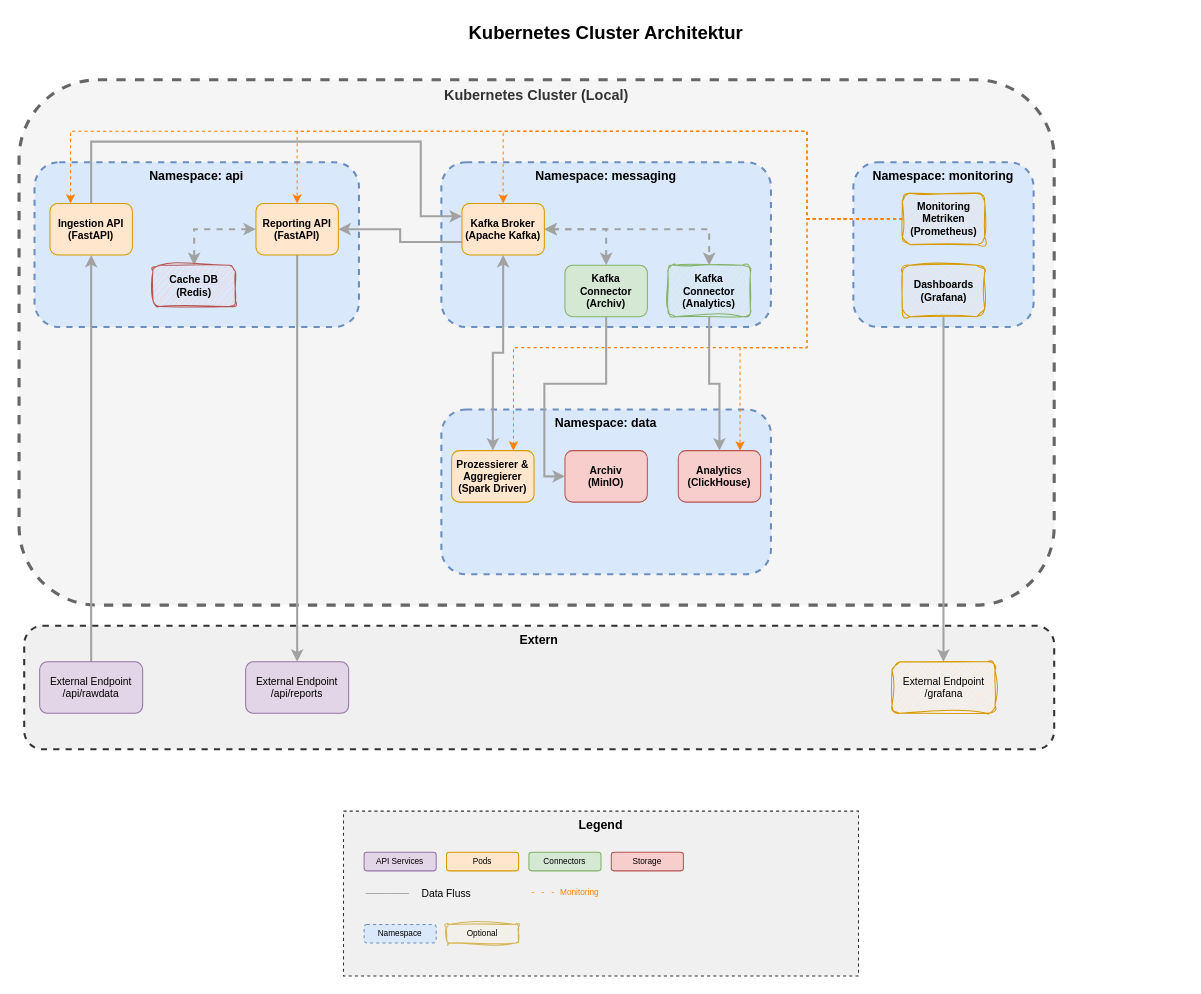
The draw.io diagram page "K8s" (4 of 5) of Projekt Data Engineering.drawio in Kokoloris19097/DLMDWWDE02, before the edit. Source tidied: cells renumbered, new cells numbered last; positions are measured from the earlier drawing's top-left corner, leaving out a move shared by most shapes. Both pictures are drawn from the tidied source at 103%, with x=0, y=0 at pixel (19, 18).
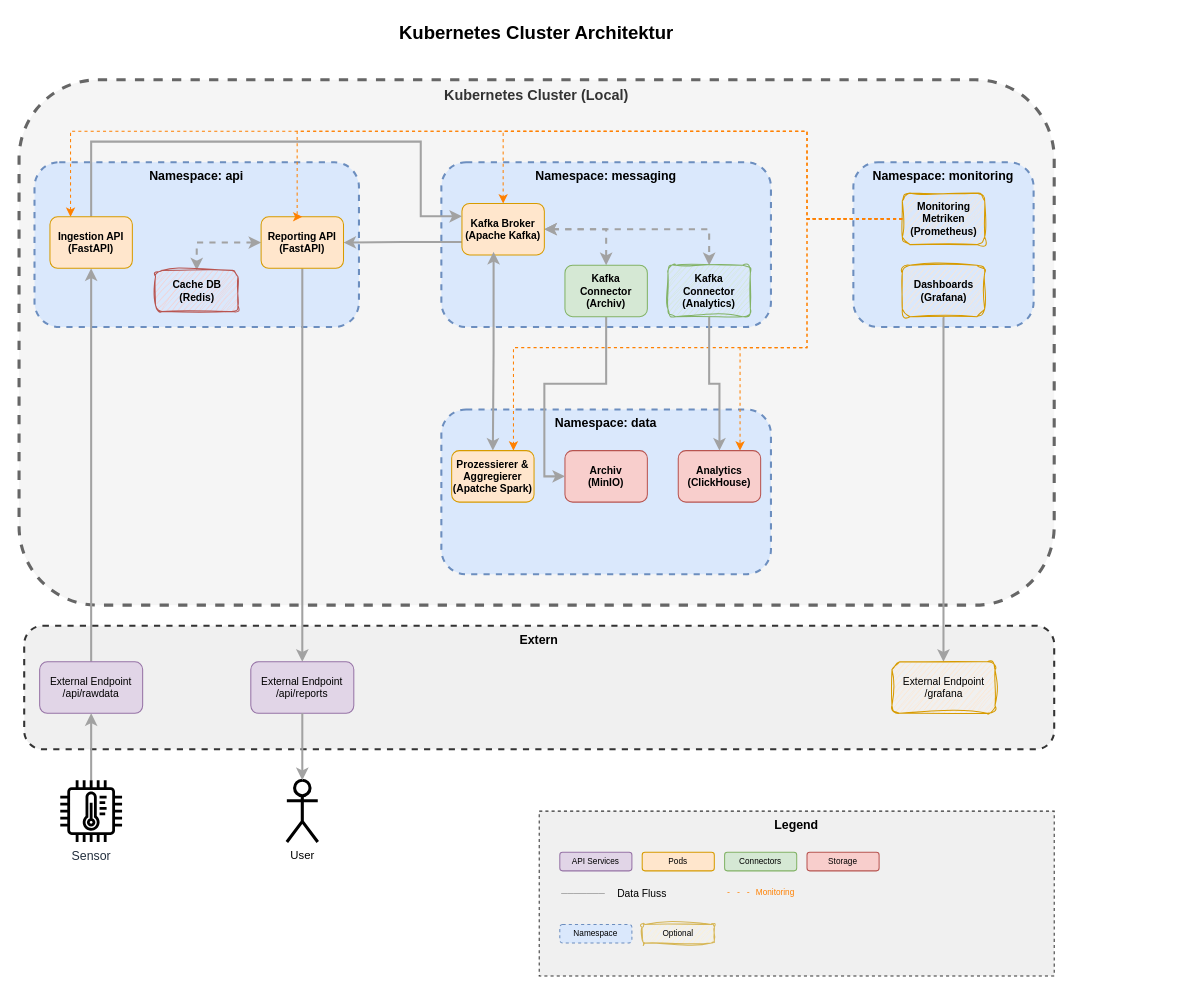
Above is the later version.

Unchanged cells that the change refers to:
```xml
<mxCell id="12" value="Kafka Broker&#10;(Apache Kafka)" style="rounded=1;whiteSpace=wrap;html=1;fillColor=#ffe6cc;strokeColor=#d79b00;fontSize=10;fontStyle=1;" parent="1" vertex="1">
  <mxGeometry x="430" y="180" width="80" height="50" as="geometry" />
</mxCell>
<mxCell id="25" value="External Endpoint&lt;br&gt;/api/rawdata" style="rounded=1;whiteSpace=wrap;html=1;fillColor=#e1d5e7;strokeColor=#9673a6;fontSize=10;" parent="1" vertex="1">
  <mxGeometry x="20" y="625" width="100" height="50" as="geometry" />
</mxCell>
```

Diff of the diagram source:
```diff
@@
     <mxCell id="8" value="Kubernetes Cluster Architektur" style="text;html=1;strokeColor=none;fillColor=none;align=center;verticalAlign=middle;whiteSpace=wrap;rounded=0;fontSize=18;fontStyle=1;" parent="1" vertex="1">
-      <mxGeometry x="10" width="1120" height="30" as="geometry" />
+      <mxGeometry x="10" width="985" height="30" as="geometry" />
     </mxCell>
@@
     <mxCell id="17" value="Reporting API&#10;(FastAPI)" style="rounded=1;whiteSpace=wrap;html=1;fillColor=#ffe6cc;strokeColor=#d79b00;fontSize=10;fontStyle=1;" parent="1" vertex="1">
-      <mxGeometry x="230" y="180" width="80" height="50" as="geometry" />
+      <mxGeometry x="235" y="193" width="80" height="50" as="geometry" />
     </mxCell>
     <mxCell id="18" value="Cache DB&lt;br&gt;(Redis)" style="rounded=1;whiteSpace=wrap;html=1;fillColor=#f8cecc;strokeColor=#b85450;fontSize=10;fontStyle=1;sketch=1;curveFitting=1;jiggle=2;" parent="1" vertex="1">
-      <mxGeometry x="130" y="240" width="80" height="40" as="geometry" />
+      <mxGeometry x="132.5" y="245" width="80" height="40" as="geometry" />
     </mxCell>
@@
-    <mxCell id="24" style="edgeStyle=orthogonalEdgeStyle;shape=connector;rounded=0;jettySize=auto;html=1;exitX=0.5;exitY=0;exitDx=0;exitDy=0;strokeColor=#A2A2A2;strokeWidth=2;align=center;verticalAlign=middle;fontFamily=Helvetica;fontSize=11;fontColor=default;labelBackgroundColor=default;endArrow=classic;" parent="1" edge="1" source="25" target="47">
+    <mxCell id="24" style="edgeStyle=orthogonalEdgeStyle;shape=connector;rounded=0;jettySize=auto;html=1;exitX=0.5;exitY=0;exitDx=0;exitDy=0;strokeColor=#A2A2A2;strokeWidth=2;align=center;verticalAlign=bottom;fontFamily=Helvetica;fontSize=11;fontColor=default;labelBackgroundColor=none;endArrow=classic;horizontal=0;" parent="1" edge="1" source="25" target="47">
       <mxGeometry relative="1" as="geometry" />
     </mxCell>
@@
     <mxCell id="26" value="External Endpoint&#10;/api/reports" style="rounded=1;whiteSpace=wrap;html=1;fillColor=#e1d5e7;strokeColor=#9673a6;fontSize=10;" parent="1" vertex="1">
-      <mxGeometry x="220" y="625" width="100" height="50" as="geometry" />
+      <mxGeometry x="225" y="625" width="100" height="50" as="geometry" />
     </mxCell>
@@
-    <mxCell id="31" style="edgeStyle=orthogonalEdgeStyle;shape=connector;rounded=0;jettySize=auto;html=1;entryX=0.5;entryY=0;entryDx=0;entryDy=0;strokeColor=#A2A2A2;strokeWidth=2;align=center;verticalAlign=middle;fontFamily=Helvetica;fontSize=11;fontColor=default;labelBackgroundColor=default;endArrow=classic;exitX=0.5;exitY=1;exitDx=0;exitDy=0;startArrow=classic;startFill=1;" parent="1" edge="1" source="12" target="48">
+    <mxCell id="31" style="edgeStyle=orthogonalEdgeStyle;shape=connector;rounded=0;jettySize=auto;html=1;entryX=0.5;entryY=0;entryDx=0;entryDy=0;strokeColor=#A2A2A2;strokeWidth=2;align=center;verticalAlign=middle;fontFamily=Helvetica;fontSize=11;fontColor=default;labelBackgroundColor=default;endArrow=classic;exitX=0.384;exitY=0.939;exitDx=0;exitDy=0;startArrow=classic;startFill=1;exitPerimeter=0;" parent="1" edge="1" source="12" target="48">
       <mxGeometry relative="1" as="geometry" />
     </mxCell>
@@
     <mxCell id="36" style="group;" parent="1" vertex="1">
-      <mxGeometry x="315" y="770" width="500" height="160" as="geometry" />
+      <mxGeometry x="505" y="770" width="500" height="160" as="geometry" />
     </mxCell>
@@
     <mxCell id="47" value="Ingestion API&#10;(FastAPI)" style="rounded=1;whiteSpace=wrap;html=1;fillColor=#ffe6cc;strokeColor=#d79b00;fontSize=10;fontStyle=1;" parent="1" vertex="1">
-      <mxGeometry x="30" y="180" width="80" height="50" as="geometry" />
+      <mxGeometry x="30" y="193" width="80" height="50" as="geometry" />
     </mxCell>
-    <mxCell id="48" value="Prozessierer &amp;amp;&lt;br&gt;Aggregierer&lt;br&gt;(Spark Driver)" style="rounded=1;whiteSpace=wrap;html=1;fillColor=#ffe6cc;strokeColor=#d79b00;fontSize=10;fontStyle=1;" parent="1" vertex="1">
+    <mxCell id="48" value="Prozessierer &amp;amp;&lt;br&gt;Aggregierer&lt;br&gt;(Apatche Spark)" style="rounded=1;whiteSpace=wrap;html=1;fillColor=#ffe6cc;strokeColor=#d79b00;fontSize=10;fontStyle=1;" parent="1" vertex="1">
       <mxGeometry x="420" y="420" width="80" height="50" as="geometry" />
     </mxCell>
+    <mxCell id="49" value="User" style="shape=umlActor;verticalLabelPosition=bottom;verticalAlign=top;html=1;outlineConnect=0;fontFamily=Helvetica;fontSize=11;fontColor=default;labelBackgroundColor=default;strokeWidth=3;" parent="1" vertex="1">
+      <mxGeometry x="260" y="740" width="30" height="60" as="geometry" />
+    </mxCell>
+    <mxCell id="50" style="edgeStyle=orthogonalEdgeStyle;shape=connector;rounded=0;jettySize=auto;html=1;exitX=0.5;exitY=1;exitDx=0;exitDy=0;entryX=0.5;entryY=0;entryDx=0;entryDy=0;entryPerimeter=0;strokeColor=#A2A2A2;strokeWidth=2;align=center;verticalAlign=middle;fontFamily=Helvetica;fontSize=11;fontColor=default;labelBackgroundColor=default;endArrow=classic;" parent="1" edge="1" source="26" target="49">
+      <mxGeometry relative="1" as="geometry" />
+    </mxCell>
+    <mxCell id="51" style="edgeStyle=orthogonalEdgeStyle;shape=connector;rounded=0;jettySize=auto;html=1;entryX=0.5;entryY=1;entryDx=0;entryDy=0;strokeColor=#A2A2A2;strokeWidth=2;align=center;verticalAlign=middle;fontFamily=Helvetica;fontSize=11;fontColor=default;labelBackgroundColor=default;endArrow=classic;" parent="1" edge="1" source="52" target="25">
+      <mxGeometry relative="1" as="geometry" />
+    </mxCell>
+    <mxCell id="52" value="Sensor" style="sketch=0;outlineConnect=0;fontColor=#232F3E;gradientColor=none;fillColor=#000000;strokeColor=none;dashed=0;verticalLabelPosition=bottom;verticalAlign=top;align=center;html=1;fontSize=12;fontStyle=0;shape=mxgraph.aws4.iot_thing_temperature_sensor;fontFamily=Helvetica;labelBackgroundColor=default;strokeWidth=2;" parent="1" vertex="1">
+      <mxGeometry x="40" y="740" width="60" height="60" as="geometry" />
+    </mxCell>
```
